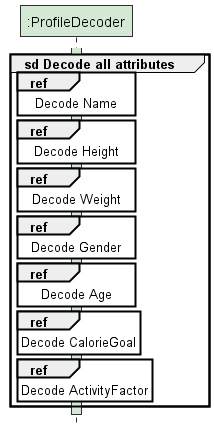
The PlantUML diagram docs/images/DecodeAttributes.png in tryyang2001/tp, before a commit.
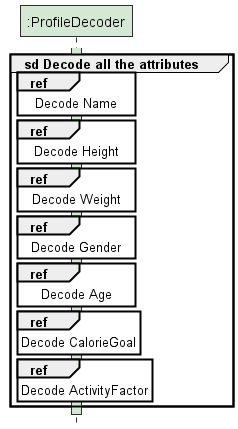
Above is the later version.

Diff of the diagram source:
```diff
@@ -3,7 +3,7 @@
 !include style.puml
 hide footbox
 
-group sd Decode all attributes
+group sd Decode all the attributes
 participant ":ProfileDecoder" As ProfileDecoder STORAGE_COLOUR
 
 ref over ProfileDecoder
```
